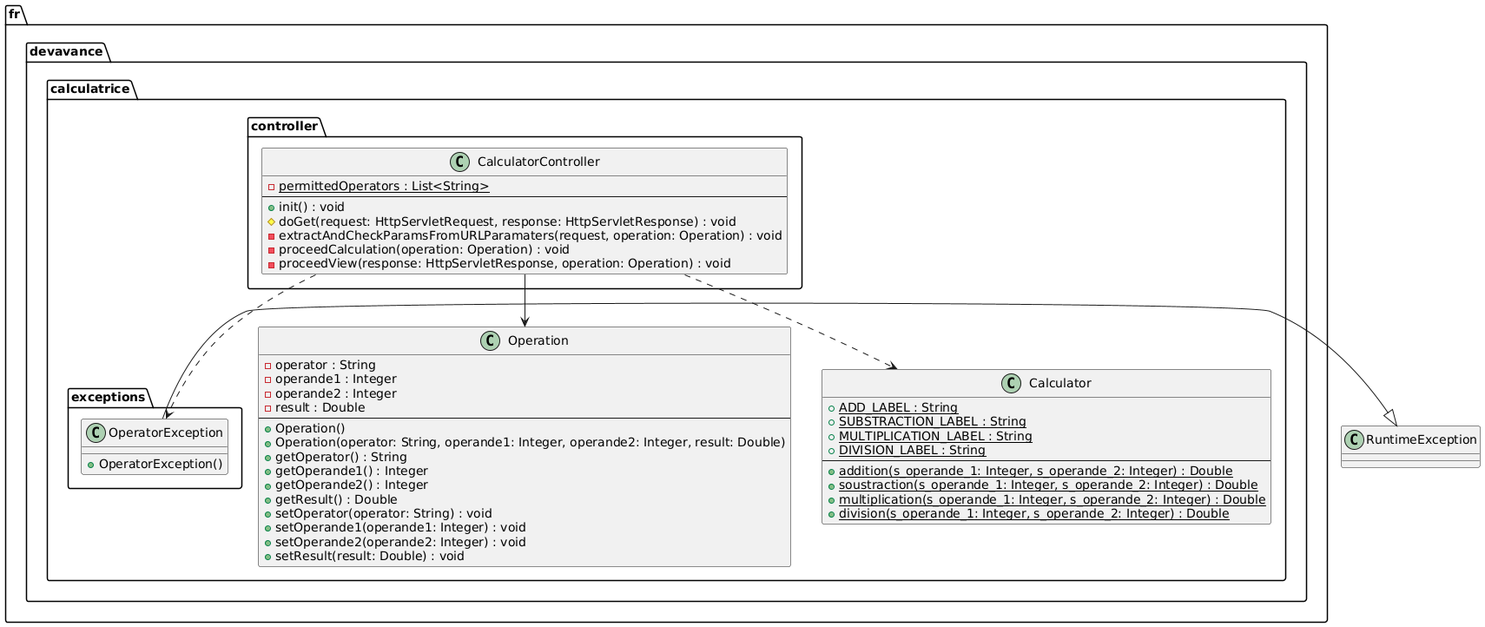
The PlantUML diagram uml_final.png in SCAnas2005/r5a05_calculatrice_backend, before a commit.
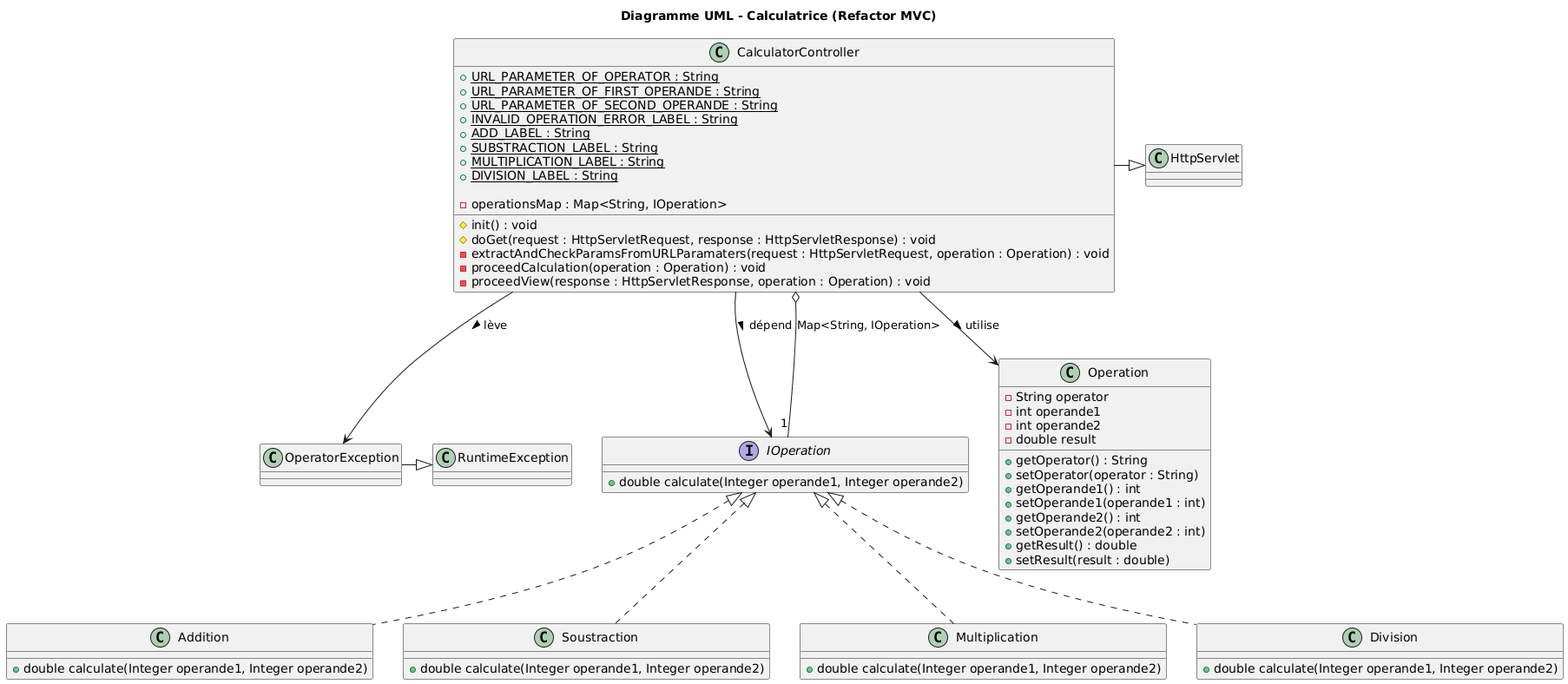
Later version of the same file.

The edit, as a diff of the source:
```diff
@@ -1,56 +1,74 @@
 @startuml
-package "fr.devavance.calculatrice.controller" {
-    class CalculatorController {
-        - {static} permittedOperators : List<String>
-        --
-        + init() : void
-        # doGet(request: HttpServletRequest, response: HttpServletResponse) : void
-        - extractAndCheckParamsFromURLParamaters(request, operation: Operation) : void
-        - proceedCalculation(operation: Operation) : void
-        - proceedView(response: HttpServletResponse, operation: Operation) : void
-    }
+title Diagramme UML - Calculatrice (Refactor MVC)
+
+interface IOperation {
+    + double calculate(Integer operande1, Integer operande2)
 }
 
-package "fr.devavance.calculatrice" {
-    class Operation {
-        - operator : String
-        - operande1 : Integer
-        - operande2 : Integer
-        - result : Double
-        --
-        + Operation()
-        + Operation(operator: String, operande1: Integer, operande2: Integer, result: Double)
-        + getOperator() : String
-        + getOperande1() : Integer
-        + getOperande2() : Integer
-        + getResult() : Double
-        + setOperator(operator: String) : void
-        + setOperande1(operande1: Integer) : void
-        + setOperande2(operande2: Integer) : void
-        + setResult(result: Double) : void
-    }
-
-    class Calculator {
-        {static} + ADD_LABEL : String
-        {static} + SUBSTRACTION_LABEL : String
-        {static} + MULTIPLICATION_LABEL : String
-        {static} + DIVISION_LABEL : String
-        --
-        {static} + addition(s_operande_1: Integer, s_operande_2: Integer) : Double
-        {static} + soustraction(s_operande_1: Integer, s_operande_2: Integer) : Double
-        {static} + multiplication(s_operande_1: Integer, s_operande_2: Integer) : Double
-        {static} + division(s_operande_1: Integer, s_operande_2: Integer) : Double
-    }
+class Addition {
+    + double calculate(Integer operande1, Integer operande2)
 }
 
-package "fr.devavance.calculatrice.exceptions" {
-    class OperatorException {
-        + OperatorException()
-    }
+class Soustraction {
+    + double calculate(Integer operande1, Integer operande2)
+}
+
+class Multiplication {
+    + double calculate(Integer operande1, Integer operande2)
+}
+
+class Division {
+    + double calculate(Integer operande1, Integer operande2)
+}
+
+class Operation {
+    - String operator
+    - int operande1
+    - int operande2
+    - double result
+
+    + getOperator() : String
+    + setOperator(operator : String)
+    + getOperande1() : int
+    + setOperande1(operande1 : int)
+    + getOperande2() : int
+    + setOperande2(operande2 : int)
+    + getResult() : double
+    + setResult(result : double)
+}
+
+class OperatorException {
 }
 
 OperatorException -|> RuntimeException
-CalculatorController --> Operation
-CalculatorController ..> Calculator
-CalculatorController ..> OperatorException
+
+class CalculatorController {
+    + {static} URL_PARAMETER_OF_OPERATOR : String
+    +{static} URL_PARAMETER_OF_FIRST_OPERANDE : String
+    + {static} URL_PARAMETER_OF_SECOND_OPERANDE : String
+    + {static} INVALID_OPERATION_ERROR_LABEL : String
+    + {static} ADD_LABEL : String
+    + {static}SUBSTRACTION_LABEL : String
+    + {static}MULTIPLICATION_LABEL : String
+    + {static}DIVISION_LABEL : String
+
+    - operationsMap : Map<String, IOperation>
+
+    # init() : void
+    # doGet(request : HttpServletRequest, response : HttpServletResponse) : void
+    - extractAndCheckParamsFromURLParamaters(request : HttpServletRequest, operation : Operation) : void
+    - proceedCalculation(operation : Operation) : void
+    - proceedView(response : HttpServletResponse, operation : Operation) : void
+}
+
+CalculatorController --> Operation : utilise >
+CalculatorController --> IOperation : dépend >
+CalculatorController o-- "1" IOperation : Map<String, IOperation>
+IOperation <|.. Addition
+IOperation <|.. Soustraction
+IOperation <|.. Multiplication
+IOperation <|.. Division
+CalculatorController --> OperatorException : lève >
+
+CalculatorController -|> HttpServlet
 @enduml
```
